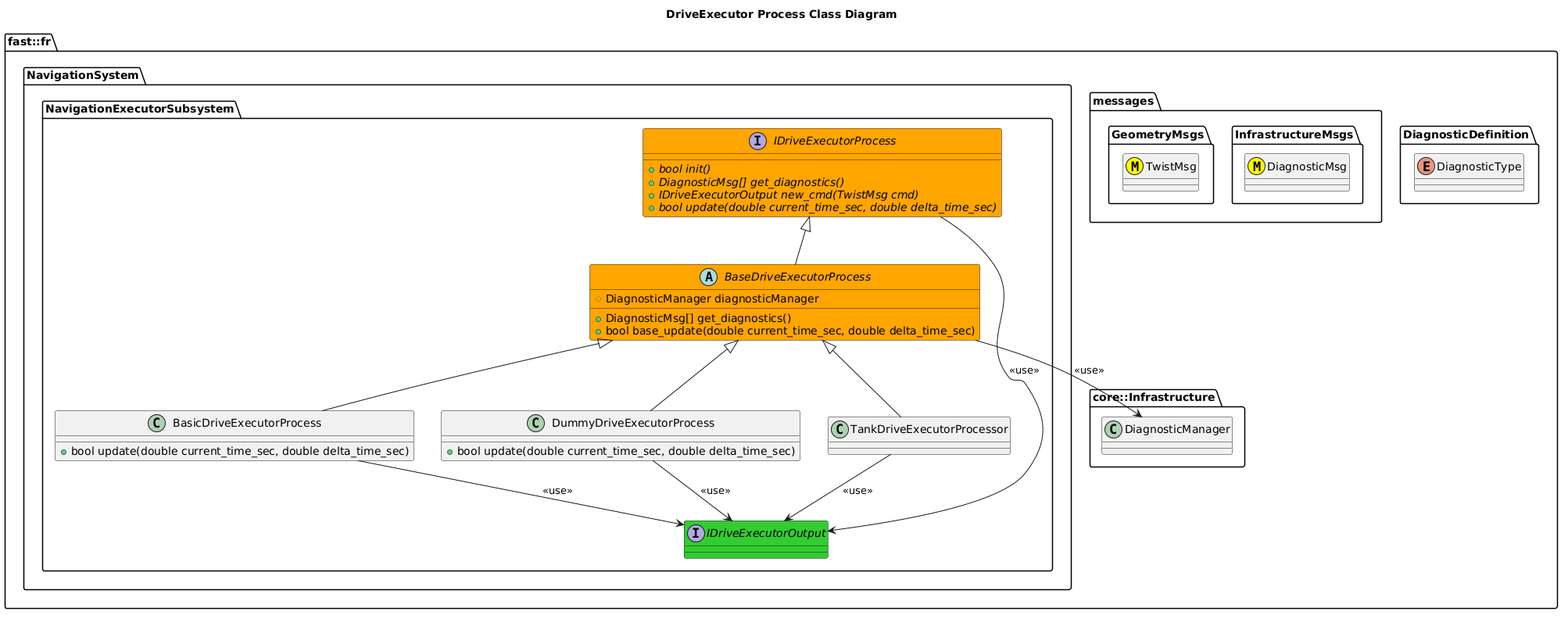
This is Systems/Navigation/Subsystems/NavigationExecutor/Processes/DriveExecutor/doc/puml/DriveExecutorProcessClassDiagram.png from fastrobotics/robot_framework, a PlantUML export, as it was before one commit. Source of this version:
```plantuml
@startuml
title DriveExecutor Process Class Diagram

namespace fast::fr {
  namespace DiagnosticDefinition {
    enum DiagnosticType
  }
  namespace messages {
    namespace InfrastructureMsgs {
      class DiagnosticMsg <<(M,#FFFF00)>>
    }
    namespace GeometryMsgs {
      class TwistMsg <<(M,#FFFF00)>>
    }
  }
  namespace core::Infrastructure {
    class DiagnosticManager
  }
  namespace NavigationSystem {
    namespace NavigationExecutorSubsystem {
        interface IDriveExecutorOutput #LimeGreen {

        }
        interface IDriveExecutorProcess #Orange {
          +{abstract} bool init()
          +{abstract} DiagnosticMsg[] get_diagnostics()
          +{abstract} IDriveExecutorOutput new_cmd(TwistMsg cmd)
          +{abstract} bool update(double current_time_sec, double delta_time_sec)
        }
        IDriveExecutorProcess --> IDriveExecutorOutput: <<use>>
        abstract BaseDriveExecutorProcess #Orange {
          +DiagnosticMsg[] get_diagnostics()
          +bool base_update(double current_time_sec, double delta_time_sec)
          #DiagnosticManager diagnosticManager


        }
        BaseDriveExecutorProcess -up-|> IDriveExecutorProcess
        BaseDriveExecutorProcess --> DiagnosticManager: <<use>>
        class BasicDriveExecutorProcess {
          +bool update(double current_time_sec, double delta_time_sec)
        }
        BasicDriveExecutorProcess -up-|> BaseDriveExecutorProcess
        BasicDriveExecutorProcess --> IDriveExecutorOutput: <<use>>
        class DummyDriveExecutorProcess {
          +bool update(double current_time_sec, double delta_time_sec)
        }
        DummyDriveExecutorProcess -up-|> BaseDriveExecutorProcess
        DummyDriveExecutorProcess --> IDriveExecutorOutput: <<use>>
        class TankDriveExecutorProcessor
        TankDriveExecutorProcessor -up-|> BaseDriveExecutorProcess
        TankDriveExecutorProcessor --> IDriveExecutorOutput: <<use>>
    }
  }
}
@enduml
```
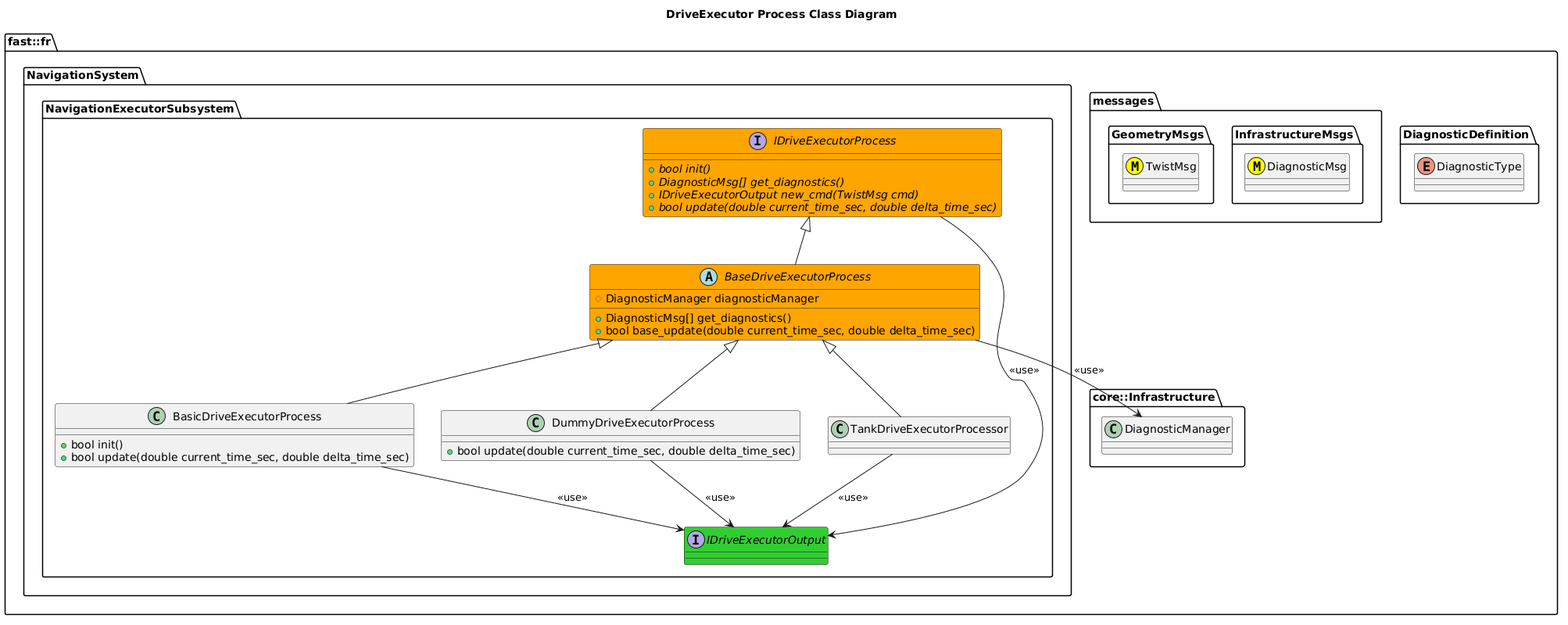
Later version of the same file.

Diff of the diagram source:
```diff
@@ -38,6 +38,7 @@
         BaseDriveExecutorProcess -up-|> IDriveExecutorProcess
         BaseDriveExecutorProcess --> DiagnosticManager: <<use>>
         class BasicDriveExecutorProcess {
+          +bool init()
           +bool update(double current_time_sec, double delta_time_sec)
         }
         BasicDriveExecutorProcess -up-|> BaseDriveExecutorProcess
```
